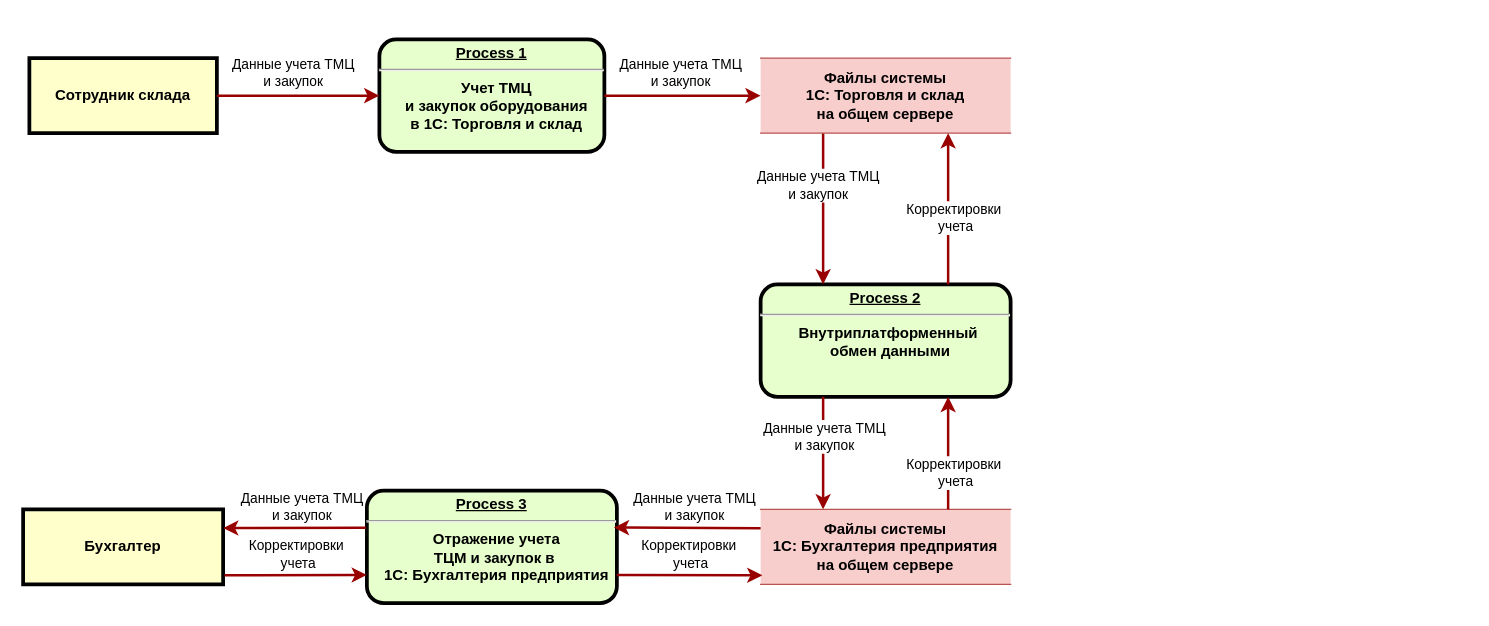
Before: Task1/1.6.Учет-ТМЦ.drawio in maxoness/architecture-medikamente, a draw.io diagram. Source tidied: cells renumbered, new cells numbered last; positions are measured from the earlier drawing's top-left corner, leaving out a move shared by most shapes. Both pictures are drawn from the tidied source at 125%, with x=0, y=0 at pixel (22, 39).
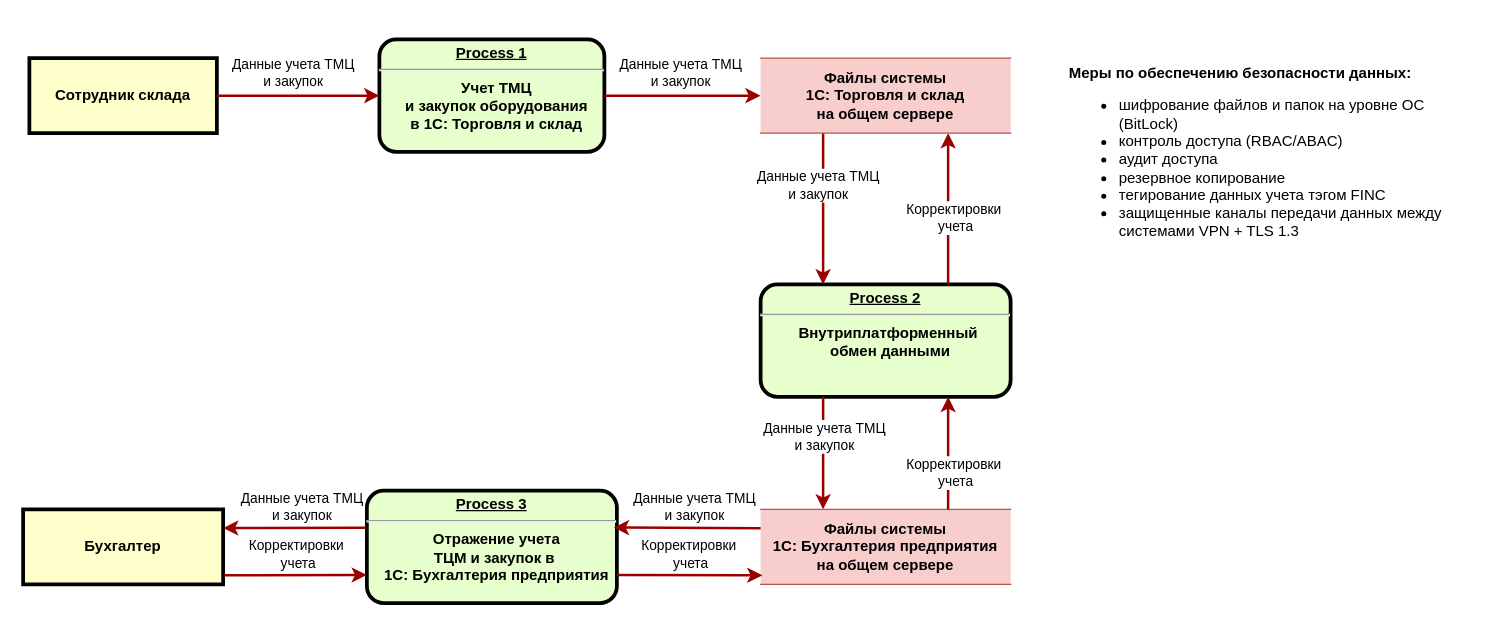
After the change.

The edit, as a diff of the source:
```diff
@@
+    <mxCell id="29" value="&lt;b&gt;Меры по обеспечению безопасности данных:&lt;/b&gt;&lt;div&gt;&lt;ul&gt;&lt;li&gt;шифрование файлов и папок на уровне ОС (BitLock)&lt;/li&gt;&lt;li&gt;&lt;span style=&quot;background-color: light-dark(#ffffff, var(--ge-dark-color, #121212)); color: light-dark(rgb(0, 0, 0), rgb(255, 255, 255));&quot;&gt;контроль доступа (RBAC/ABAC)&lt;/span&gt;&lt;/li&gt;&lt;li&gt;аудит доступа&amp;nbsp;&lt;/li&gt;&lt;li&gt;&lt;span style=&quot;background-color: light-dark(#ffffff, var(--ge-dark-color, #121212)); color: light-dark(rgb(0, 0, 0), rgb(255, 255, 255));&quot;&gt;резервное копирование&lt;/span&gt;&lt;/li&gt;&lt;li&gt;тегирование данных учета тэгом FINC&lt;/li&gt;&lt;li&gt;защищенные каналы передачи данных между системами VPN + TLS 1.3&lt;/li&gt;&lt;/ul&gt;&lt;/div&gt;" style="text;html=1;align=left;verticalAlign=middle;whiteSpace=wrap;rounded=0;labelBackgroundColor=default;" parent="1" vertex="1">
+      <mxGeometry x="835" y="-14" width="320" height="220" as="geometry" />
+    </mxCell>
```
